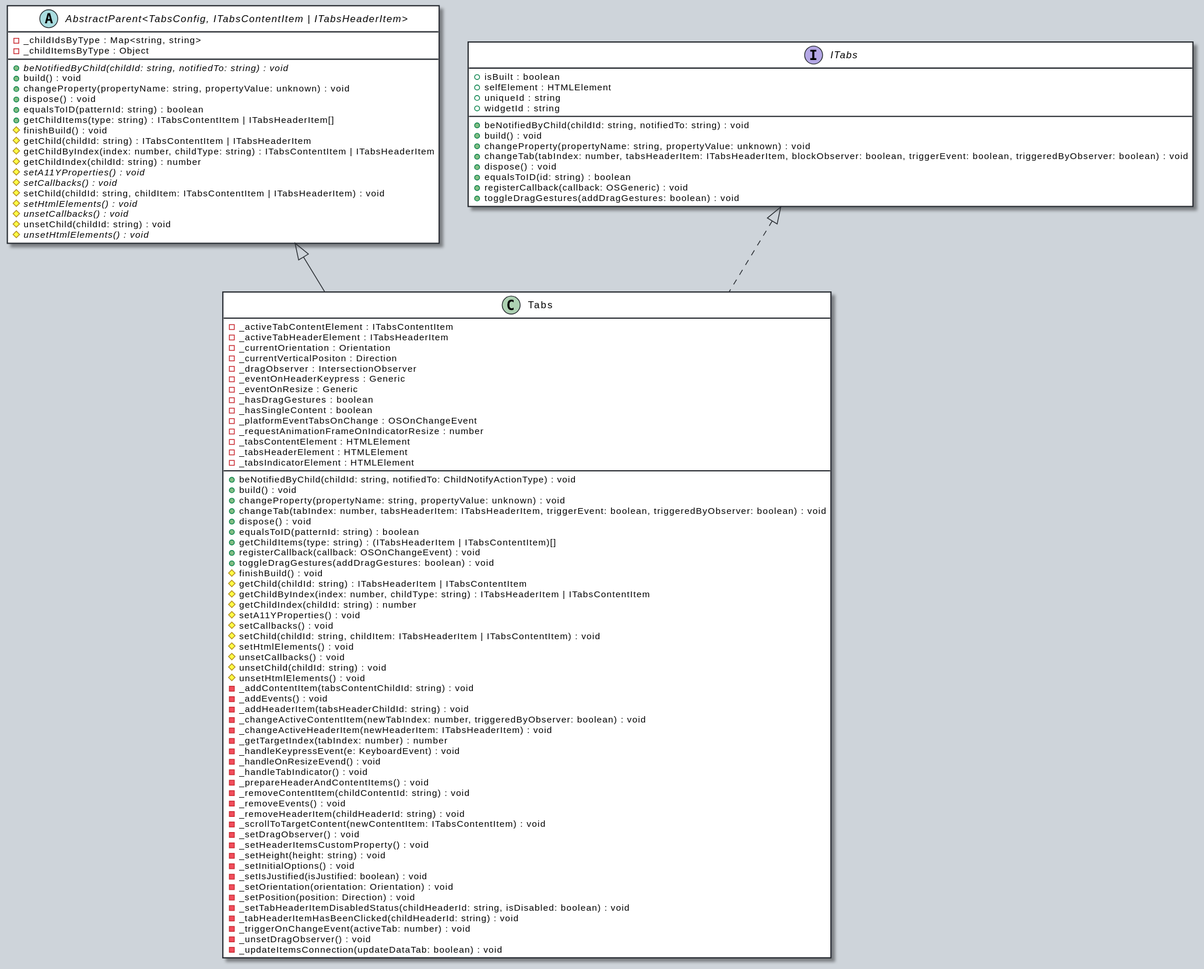
OutSystems/outsystems-ui keeps this PlantUML diagram as docs/assets/Tabs-umlClassDiagram-6350.svg. Above is the earlier version.
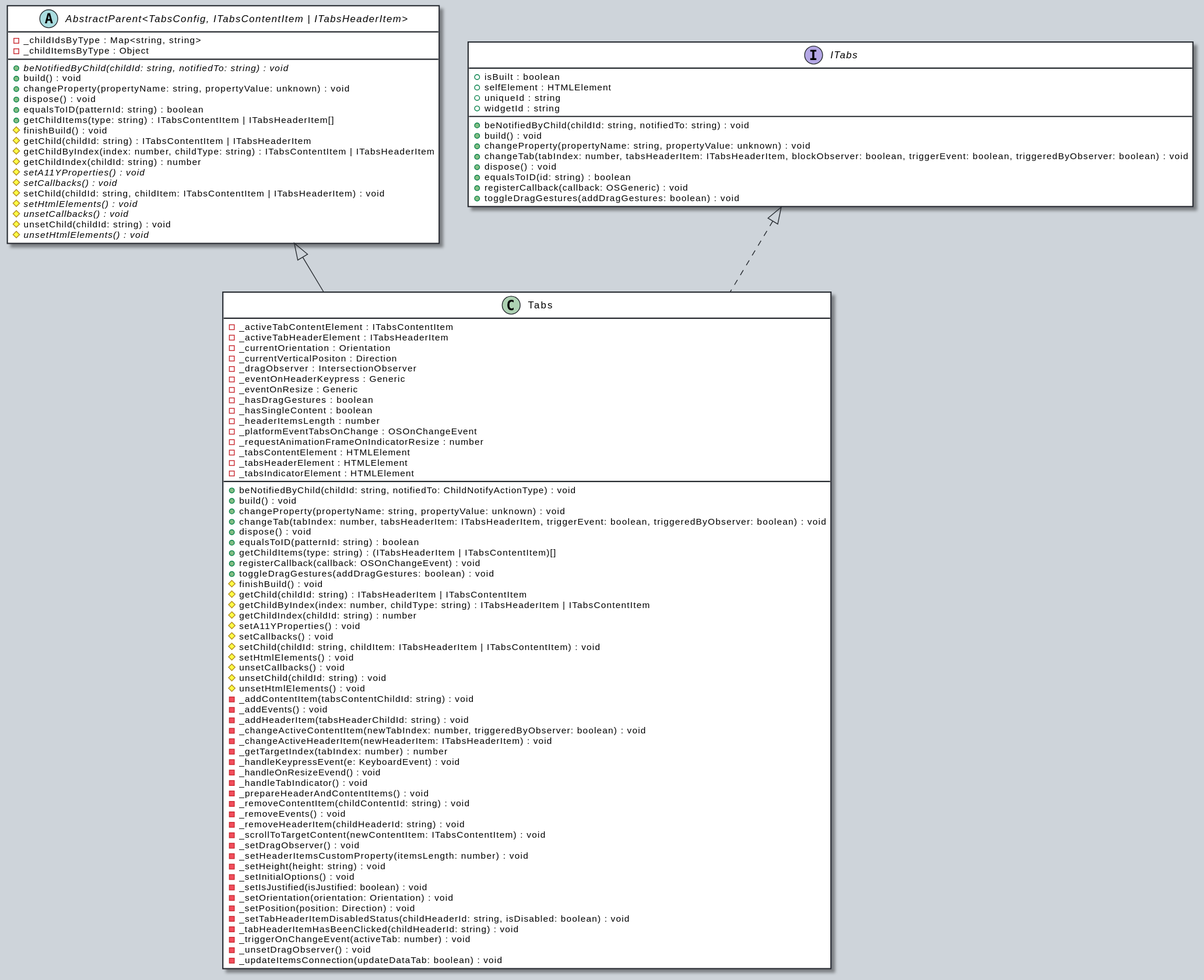
Later version of the same file.

What changed in the source:
```diff
@@ -15,6 +15,7 @@
     -_eventOnResize : Generic
     -_hasDragGestures : boolean
     -_hasSingleContent : boolean
+    -_headerItemsLength : number
     -_platformEventTabsOnChange : OSOnChangeEvent
     -_requestAnimationFrameOnIndicatorResize : number
     -_tabsContentElement : HTMLElement
@@ -55,7 +56,7 @@
     -_removeHeaderItem(childHeaderId: string) : void
     -_scrollToTargetContent(newContentItem: ITabsContentItem) : void
     -_setDragObserver() : void
-    -_setHeaderItemsCustomProperty() : void
+    -_setHeaderItemsCustomProperty(itemsLength: number) : void
     -_setHeight(height: string) : void
     -_setInitialOptions() : void
     -_setIsJustified(isJustified: boolean) : void
```
